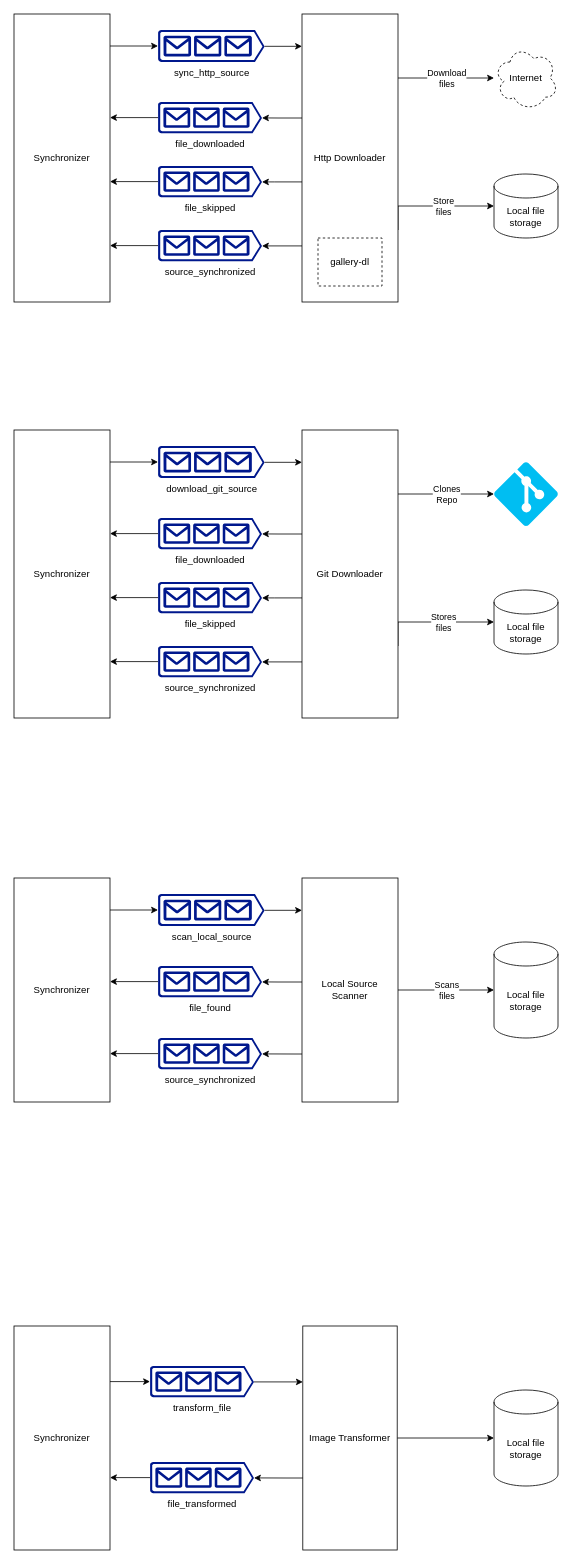
giobyte8/galleries keeps this draw.io diagram as docs/Galleries design.drawio. Above is the earlier version. Source tidied: cells renumbered, new cells numbered last; positions are measured from the earlier drawing's top-left corner, leaving out a move shared by most shapes. Both pictures are drawn from the tidied source at 80%, with x=0, y=0 at pixel (14, 14).
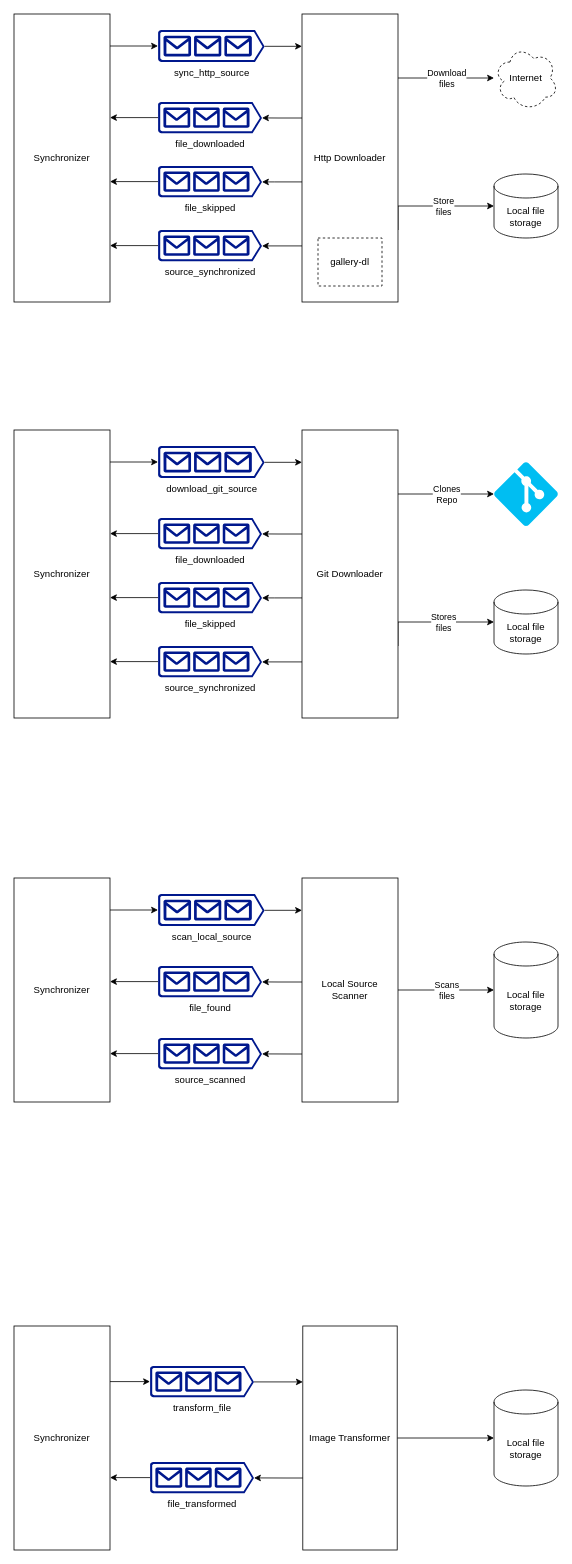
After the change.

What changed in the source:
```diff
@@
-    <mxCell id="55" value="source_synchronized" style="sketch=0;shadow=0;dashed=0;html=1;strokeColor=none;labelPosition=center;verticalLabelPosition=bottom;verticalAlign=top;align=center;fillColor=#00188D;shape=mxgraph.azure.queue_generic;" parent="1" vertex="1">
+    <mxCell id="55" value="source_scanned" style="sketch=0;shadow=0;dashed=0;html=1;strokeColor=none;labelPosition=center;verticalLabelPosition=bottom;verticalAlign=top;align=center;fillColor=#00188D;shape=mxgraph.azure.queue_generic;" parent="1" vertex="1">
       <mxGeometry x="180" y="1280" width="130" height="39" as="geometry" />
     </mxCell>
```
